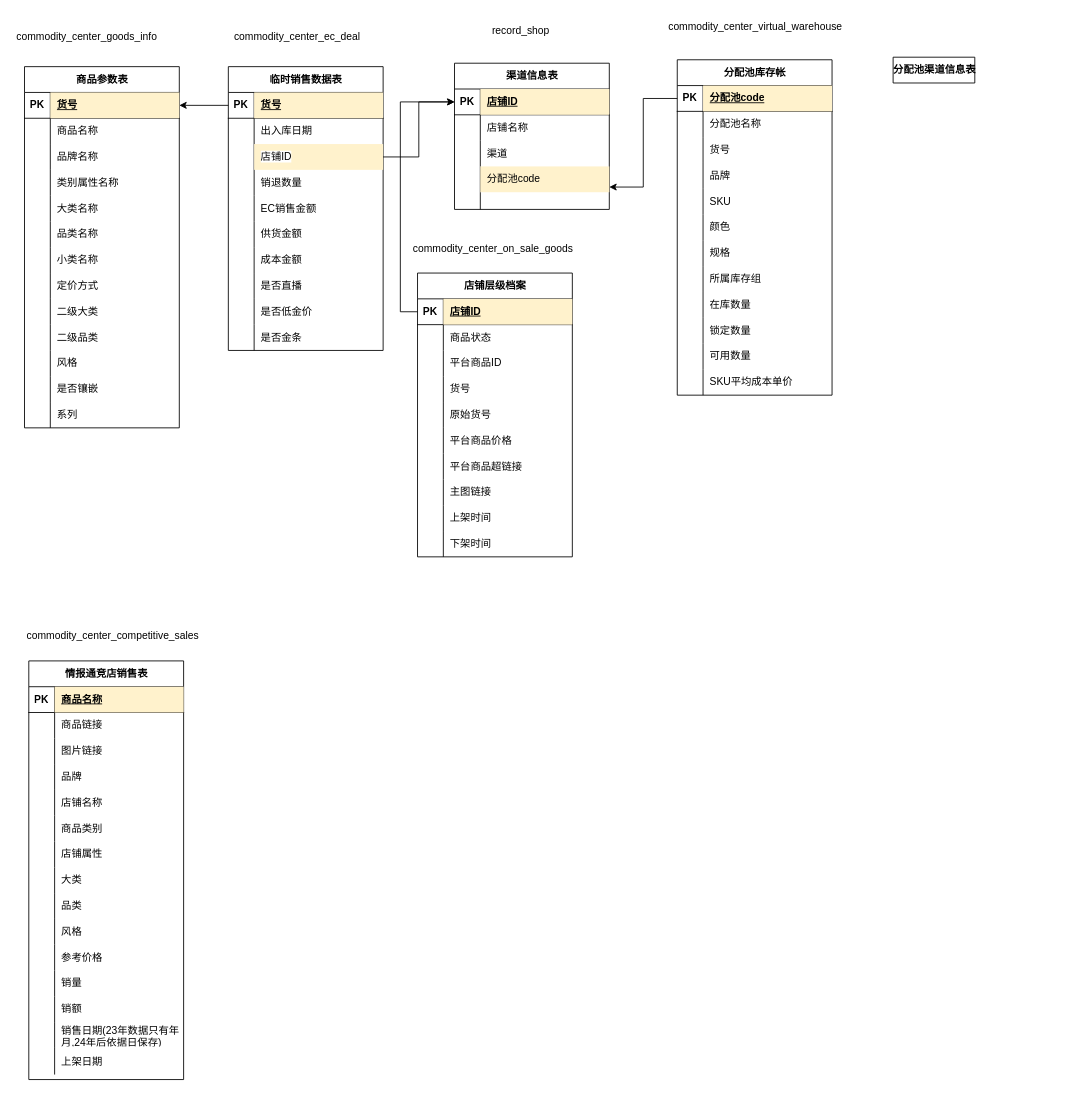
Earlier version of the draw.io diagram 销售库存模型.drawio (1096372647/my-project). Source tidied: cells renumbered, new cells numbered last; positions are measured from the earlier drawing's top-left corner, leaving out a move shared by most shapes. Both pictures are drawn from the tidied source at 86%, with x=0, y=0 at pixel (15, 15).
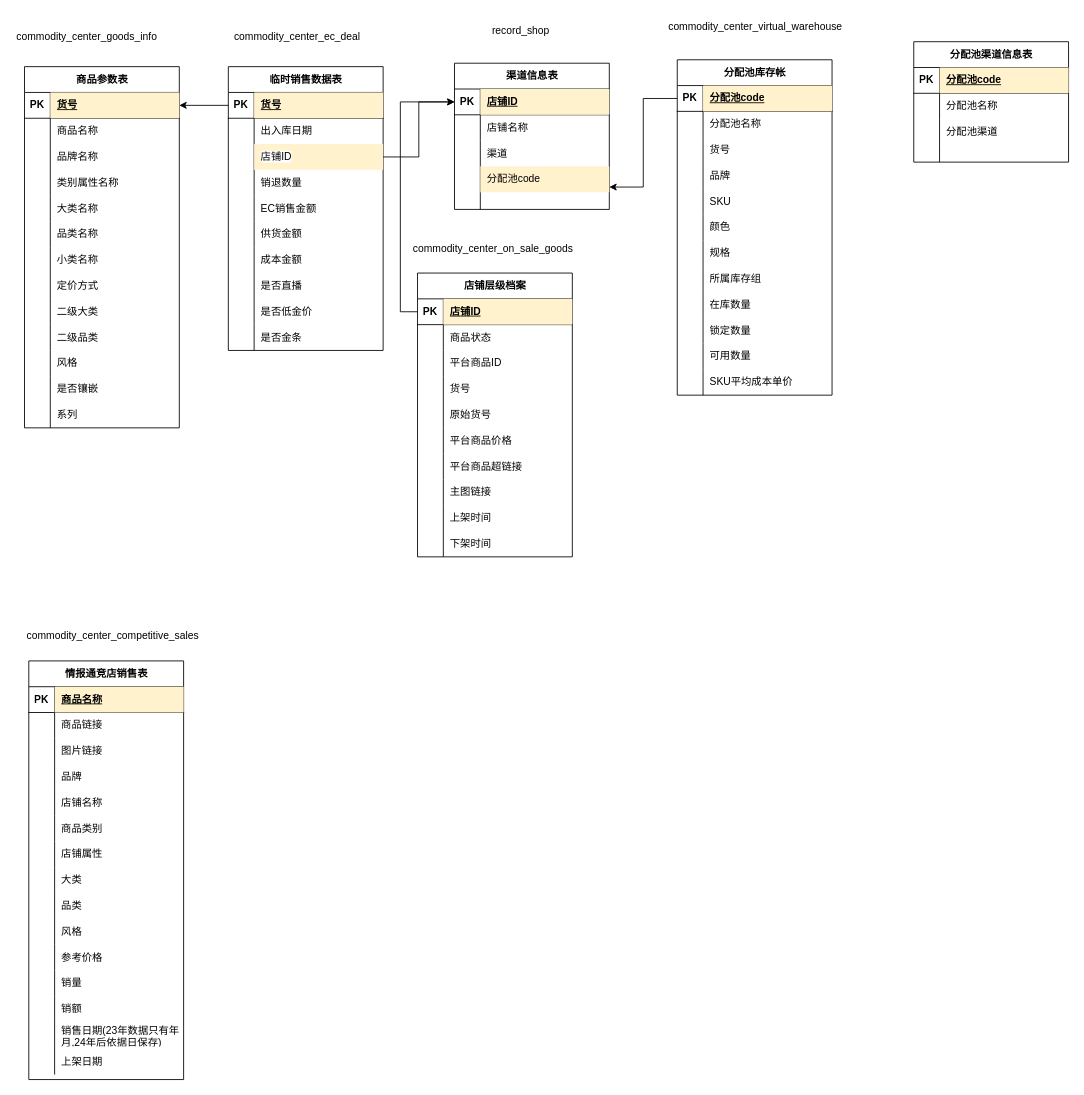
Above is the later version.

Commit message:
更新销售库存模型.drawio

The edit, as a diff of the source:
```diff
@@
-    <mxCell id="158" value="分配池渠道信息表" style="shape=table;startSize=30;childLayout=tableLayout;rowLines=0;fontStyle=1;align=center;html=1;" parent="1" vertex="1" collapsed="1">
-      <mxGeometry x="1021" y="49" width="95" height="30" as="geometry" />
+    <mxCell id="158" value="分配池渠道信息表" style="shape=table;startSize=30;childLayout=tableLayout;rowLines=0;fontStyle=1;align=center;html=1;" parent="1" vertex="1">
+      <mxGeometry x="1045" y="31" width="180" height="140" as="geometry" />
     </mxCell>
+    <mxCell id="215" style="shape=tableRow;horizontal=0;startSize=0;swimlaneHead=0;swimlaneBody=0;fillColor=none;top=0;left=0;right=0;bottom=1;" parent="158" vertex="1">
+      <mxGeometry y="30" width="180" height="30" as="geometry" />
+    </mxCell>
+    <mxCell id="216" value="PK" style="shape=partialRectangle;fillColor=none;top=0;left=0;bottom=0;right=0;fontStyle=1;overflow=hidden;whiteSpace=wrap;html=1;" parent="215" vertex="1">
+      <mxGeometry width="30" height="30" as="geometry" />
+    </mxCell>
+    <mxCell id="217" value="分配池code" style="shape=partialRectangle;fillColor=#fff2cc;top=0;left=0;bottom=0;right=0;align=left;spacingLeft=6;fontStyle=5;overflow=hidden;whiteSpace=wrap;html=1;strokeColor=#d6b656;" parent="215" vertex="1">
+      <mxGeometry x="30" width="150" height="30" as="geometry" />
+    </mxCell>
+    <mxCell id="218" style="shape=tableRow;horizontal=0;startSize=0;swimlaneHead=0;swimlaneBody=0;fillColor=none;top=0;left=0;right=0;bottom=0;" parent="158" vertex="1">
+      <mxGeometry y="60" width="180" height="30" as="geometry" />
+    </mxCell>
+    <mxCell id="219" style="shape=partialRectangle;fillColor=none;top=0;left=0;bottom=0;right=0;overflow=hidden;whiteSpace=wrap;html=1;" parent="218" vertex="1">
+      <mxGeometry width="30" height="30" as="geometry" />
+    </mxCell>
+    <mxCell id="220" value="分配池名称" style="shape=partialRectangle;fillColor=none;top=0;left=0;bottom=0;right=0;align=left;spacingLeft=6;overflow=hidden;whiteSpace=wrap;html=1;" parent="218" vertex="1">
+      <mxGeometry x="30" width="150" height="30" as="geometry" />
+    </mxCell>
+    <mxCell id="221" style="shape=tableRow;horizontal=0;startSize=0;swimlaneHead=0;swimlaneBody=0;fillColor=none;top=0;left=0;right=0;bottom=0;" parent="158" vertex="1">
+      <mxGeometry y="90" width="180" height="30" as="geometry" />
+    </mxCell>
+    <mxCell id="222" style="shape=partialRectangle;fillColor=none;top=0;left=0;bottom=0;right=0;overflow=hidden;whiteSpace=wrap;html=1;" parent="221" vertex="1">
+      <mxGeometry width="30" height="30" as="geometry" />
+    </mxCell>
+    <mxCell id="223" value="分配池渠道" style="shape=partialRectangle;fillColor=none;top=0;left=0;bottom=0;right=0;align=left;spacingLeft=6;overflow=hidden;whiteSpace=wrap;html=1;" parent="221" vertex="1">
+      <mxGeometry x="30" width="150" height="30" as="geometry" />
+    </mxCell>
+    <mxCell id="224" style="shape=tableRow;horizontal=0;startSize=0;swimlaneHead=0;swimlaneBody=0;fillColor=none;top=0;left=0;right=0;bottom=0;" parent="158" vertex="1">
+      <mxGeometry y="120" width="180" height="20" as="geometry" />
+    </mxCell>
+    <mxCell id="225" style="shape=partialRectangle;fillColor=none;top=0;left=0;bottom=0;right=0;overflow=hidden;whiteSpace=wrap;html=1;" parent="224" vertex="1">
+      <mxGeometry width="30" height="20" as="geometry" />
+    </mxCell>
+    <mxCell id="226" style="shape=partialRectangle;fillColor=none;top=0;left=0;bottom=0;right=0;align=left;spacingLeft=6;overflow=hidden;whiteSpace=wrap;html=1;" parent="224" vertex="1">
+      <mxGeometry x="30" width="150" height="20" as="geometry" />
+    </mxCell>
```
